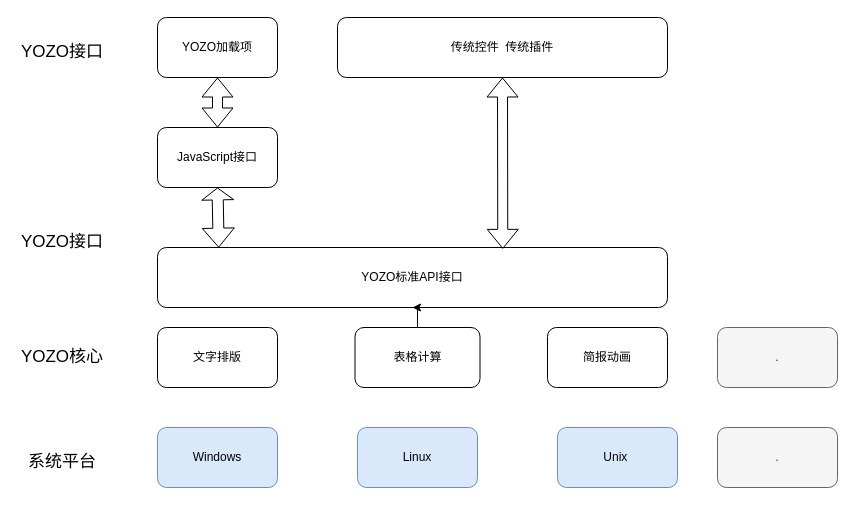
SupermanLe/jvm keeps this draw.io diagram as images/JSAPI流程.drawio. Above is the earlier version. Source tidied: cells renumbered, new cells numbered last; positions are measured from the earlier drawing's top-left corner, leaving out a move shared by most shapes. Both pictures are drawn from the tidied source at 100%, with x=0, y=0 at pixel (17, 17).
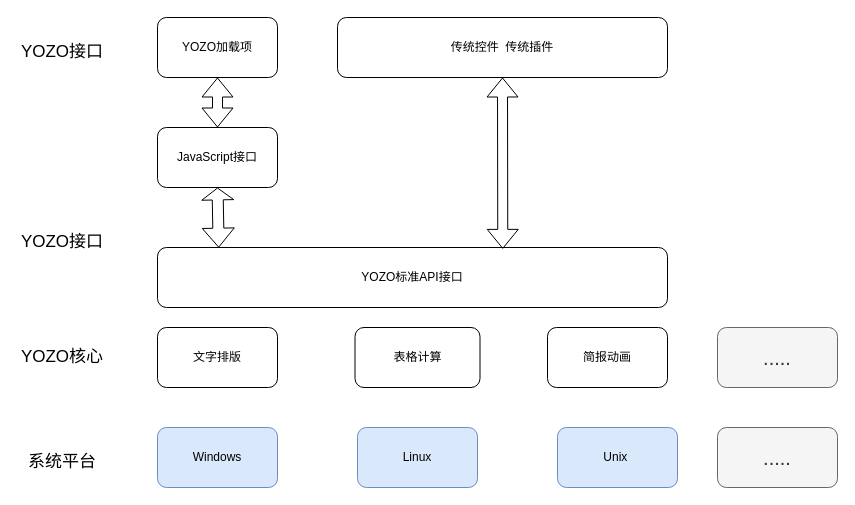
The same page after the edit.

The change refers to these unchanged cells:
```xml
<mxCell id="9" value="YOZO标准API接口" style="rounded=1;whiteSpace=wrap;html=1;" parent="1" vertex="1">
  <mxGeometry x="140" y="230" width="510" height="60" as="geometry" />
</mxCell>
<mxCell id="12" value="表格计算" style="rounded=1;whiteSpace=wrap;html=1;" parent="1" vertex="1">
  <mxGeometry x="337.5" y="310" width="125" height="60" as="geometry" />
</mxCell>
```

The edit, as a diff of the source:
```diff
@@
-    <mxCell id="5" value="." style="rounded=1;whiteSpace=wrap;html=1;fillColor=#f5f5f5;strokeColor=#666666;fontColor=#333333;" parent="1" vertex="1">
-      <mxGeometry x="700" y="410" width="120" height="60" as="geometry" />
-    </mxCell>
@@
-    <mxCell id="11" style="edgeStyle=orthogonalEdgeStyle;rounded=0;jettySize=auto;html=1;" parent="1" edge="1" source="12" target="9">
-      <mxGeometry relative="1" as="geometry" />
-    </mxCell>
@@
-    <mxCell id="17" value="." style="rounded=1;whiteSpace=wrap;html=1;fillColor=#f5f5f5;strokeColor=#666666;fontColor=#333333;" parent="1" vertex="1">
+    <mxCell id="17" value="&lt;font style=&quot;font-size: 20px&quot;&gt;.....&lt;/font&gt;" style="rounded=1;whiteSpace=wrap;html=1;fillColor=#f5f5f5;strokeColor=#666666;fontColor=#333333;" parent="1" vertex="1">
       <mxGeometry x="700" y="310" width="120" height="60" as="geometry" />
     </mxCell>
@@
+    <mxCell id="22" value="&lt;font style=&quot;font-size: 20px&quot;&gt;.....&lt;/font&gt;" style="rounded=1;whiteSpace=wrap;html=1;fillColor=#f5f5f5;strokeColor=#666666;fontColor=#333333;" parent="1" vertex="1">
+      <mxGeometry x="700" y="410" width="120" height="60" as="geometry" />
+    </mxCell>
```
